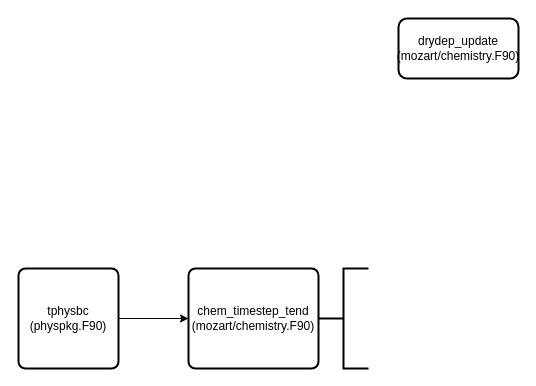
singhbalwinder/bin_dir keeps this draw.io diagram as Untitled Diagram.drawio. Above is the earlier version. Source tidied: cells renumbered, new cells numbered last; positions are measured from the earlier drawing's top-left corner, leaving out a move shared by most shapes. Both pictures are drawn from the tidied source at 100%, with x=0, y=0 at pixel (18, 18).
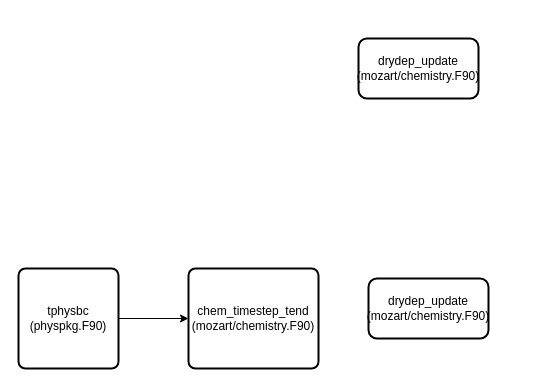
The same page after the edit.

The edit, as a diff of the source:
```diff
@@
 <mxGraphModel>
   <root>
     <mxCell id="0" />
     <mxCell id="1" parent="0" />
     <mxCell id="2" style="edgeStyle=orthogonalEdgeStyle;rounded=0;jettySize=auto;html=1;" parent="1" edge="1" source="3" target="4">
       <mxGeometry relative="1" as="geometry" />
     </mxCell>
     <mxCell id="3" value="tphysbc&lt;br&gt;(physpkg.F90)" style="rounded=1;whiteSpace=wrap;html=1;absoluteArcSize=1;arcSize=14;strokeWidth=2;" parent="1" vertex="1">
       <mxGeometry y="250" width="100" height="100" as="geometry" />
     </mxCell>
     <mxCell id="4" value="chem_timestep_tend&lt;br&gt;(mozart/chemistry.F90)" style="rounded=1;whiteSpace=wrap;html=1;absoluteArcSize=1;arcSize=14;strokeWidth=2;" parent="1" vertex="1">
       <mxGeometry x="170" y="250" width="130" height="100" as="geometry" />
     </mxCell>
     <mxCell id="5" value="drydep_update&lt;br&gt;(mozart/chemistry.F90)" style="rounded=1;whiteSpace=wrap;html=1;arcSize=14;strokeWidth=2;" parent="1" vertex="1">
-      <mxGeometry x="380" width="120" height="60" as="geometry" />
+      <mxGeometry x="340" y="20" width="120" height="60" as="geometry" />
     </mxCell>
-    <mxCell id="6" style="strokeWidth=2;html=1;shape=mxgraph.flowchart.annotation_2;align=left;labelPosition=right;" parent="1" vertex="1">
-      <mxGeometry x="300" y="250" width="50" height="100" as="geometry" />
-    </mxCell>
+    <mxCell id="7" value="drydep_update&lt;br&gt;(mozart/chemistry.F90)" style="rounded=1;whiteSpace=wrap;html=1;arcSize=14;strokeWidth=2;" parent="1" vertex="1">
+      <mxGeometry x="350" y="260" width="120" height="60" as="geometry" />
+    </mxCell>
   </root>
 </mxGraphModel>
```
